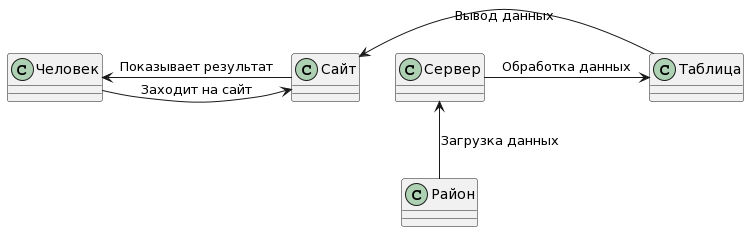
Above: Doc/UML/UML1.png in Fantichoop/Dashboard (PlantUML), before the change. Its diagram source:
```plantuml
@startuml
class Сайт

Человек -> Сайт: Заходит на сайт
Сайт -> Человек: Показывает результат



Сайт <- Таблица: Вывод данных
Сервер -> Таблица: Обработка данных


Сервер <-- Район: Загрузка данных
@enduml
```
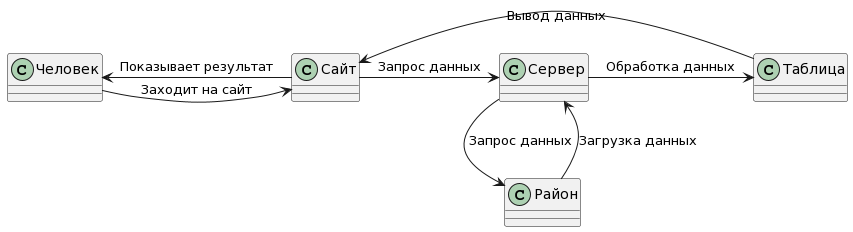
Above is the later version.

What changed in the source:
```diff
@@ -2,13 +2,16 @@
 class Сайт
 
 Человек -> Сайт: Заходит на сайт
+
 Сайт -> Человек: Показывает результат
 
+Сайт <- Таблица: Вывод данных
 
-
-Сайт <- Таблица: Вывод данных
 Сервер -> Таблица: Обработка данных
 
+Сайт -> Сервер: Запрос данных
+
+Сервер --> Район: Запрос данных
 
 Сервер <-- Район: Загрузка данных
 @enduml
```
